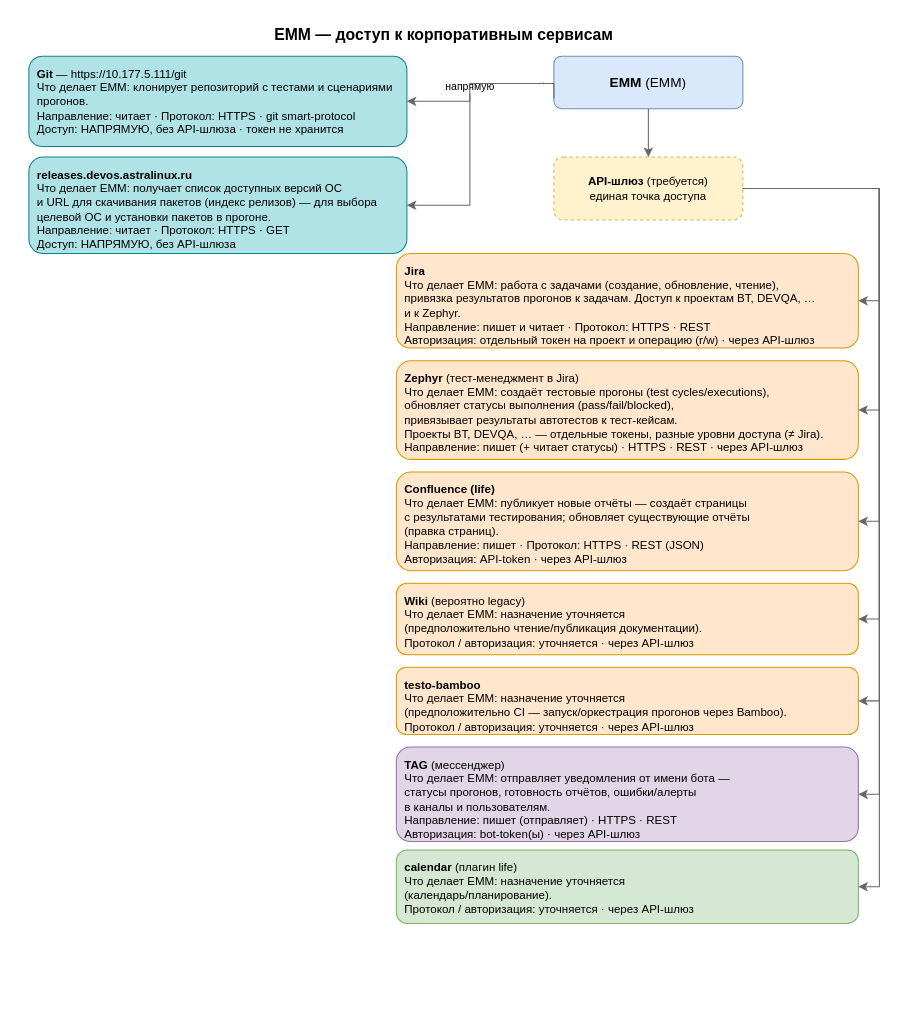
This is dbos_server_service/diagrams/external-integrations.drawio from N2OCaKeS/stress_test, a draw.io file, before an edit. Source tidied: cells renumbered, new cells numbered last; positions are measured from the earlier drawing's top-left corner, leaving out a move shared by most shapes. Both pictures are drawn from the tidied source at 105%, with x=0, y=0 at pixel (28, 18).
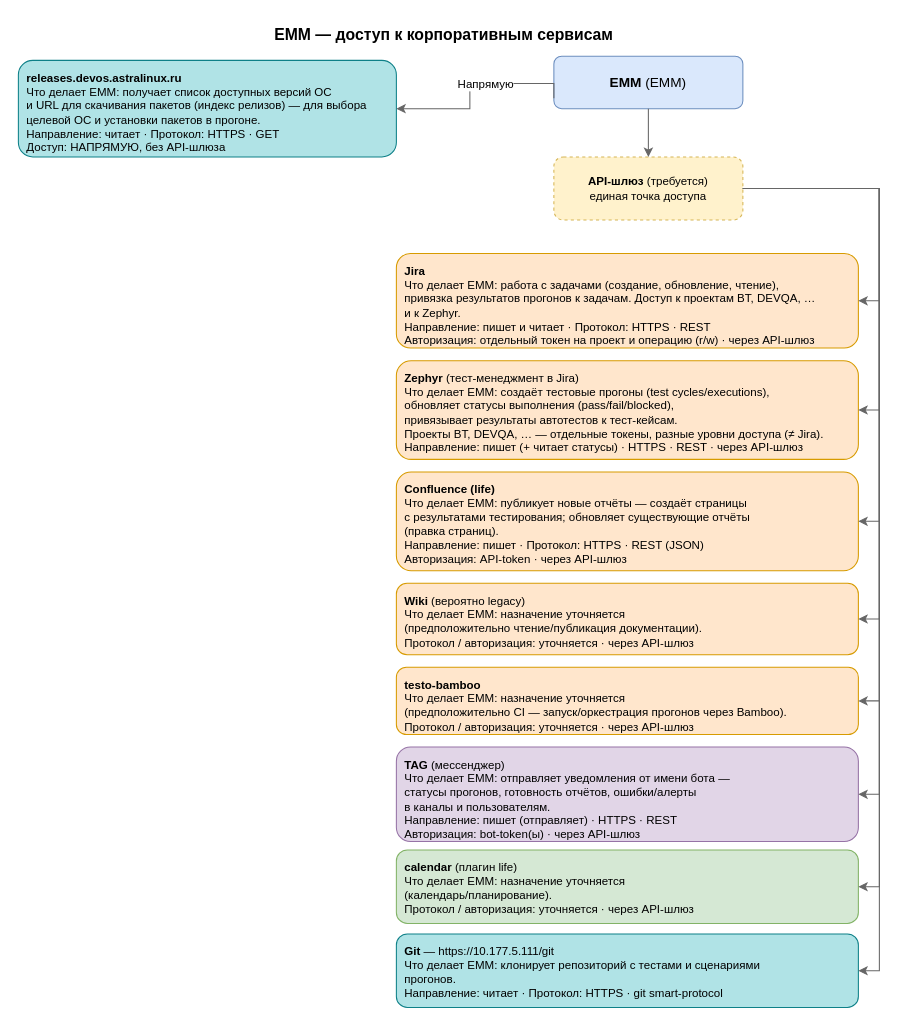
Above is the later version.

Commit message (it also covers changes not shown here):
add network-interactions diagram and ignore generated keystore secrets

The change refers to these unchanged cells:
```xml
<mxCell id="3" value="&lt;b&gt;EMM&lt;/b&gt; (EMM)" style="rounded=1;whiteSpace=wrap;html=1;fillColor=#dae8fc;strokeColor=#6c8ebf;fontSize=13;" parent="1" vertex="1">
  <mxGeometry x="500" y="36" width="180" height="50" as="geometry" />
</mxCell>
<mxCell id="4" value="&lt;b&gt;API-шлюз&lt;/b&gt; (требуется)&lt;br&gt;единая точка доступа" style="rounded=1;whiteSpace=wrap;html=1;fillColor=#fff2cc;strokeColor=#d6b656;dashed=1;fontSize=11;" parent="1" vertex="1">
  <mxGeometry x="500" y="132" width="180" height="60" as="geometry" />
</mxCell>
```

Change to the diagram source:
```diff
@@
-    <mxCell id="5" value="&lt;b&gt;Git&lt;/b&gt; — https://10.177.5.111/git&lt;br&gt;Что делает EMM: клонирует репозиторий с тестами и сценариями&lt;br&gt;прогонов.&lt;br&gt;Направление: читает · Протокол: HTTPS · git smart-protocol&lt;br&gt;Доступ: НАПРЯМУЮ, без API-шлюза · токен не хранится" style="rounded=1;whiteSpace=wrap;html=1;fillColor=#b0e3e6;strokeColor=#0e8088;align=left;verticalAlign=top;spacingLeft=6;spacingTop=4;fontSize=11;" parent="1" vertex="1">
-      <mxGeometry y="36" width="360" height="86" as="geometry" />
+    <mxCell id="5" value="&lt;b&gt;Git&lt;/b&gt; — https://10.177.5.111/git&lt;br&gt;Что делает EMM: клонирует репозиторий с тестами и сценариями&lt;br&gt;прогонов.&lt;br&gt;Направление: читает · Протокол: HTTPS · git smart-protocol" style="rounded=1;whiteSpace=wrap;html=1;fillColor=#b0e3e6;strokeColor=#0e8088;align=left;verticalAlign=top;spacingLeft=6;spacingTop=4;fontSize=11;" parent="1" vertex="1">
+      <mxGeometry x="350" y="872" width="440" height="70" as="geometry" />
     </mxCell>
     <mxCell id="6" value="&lt;b&gt;releases.devos.astralinux.ru&lt;/b&gt;&lt;br&gt;Что делает EMM: получает список доступных версий ОС&lt;br&gt;и URL для скачивания пакетов (индекс релизов) — для выбора&lt;br&gt;целевой ОС и установки пакетов в прогоне.&lt;br&gt;Направление: читает · Протокол: HTTPS · GET&lt;br&gt;Доступ: НАПРЯМУЮ, без API-шлюза" style="rounded=1;whiteSpace=wrap;html=1;fillColor=#b0e3e6;strokeColor=#0e8088;align=left;verticalAlign=top;spacingLeft=6;spacingTop=4;fontSize=11;" parent="1" vertex="1">
-      <mxGeometry y="132" width="360" height="92" as="geometry" />
+      <mxGeometry x="-10" y="40" width="360" height="92" as="geometry" />
     </mxCell>
@@
-    <mxCell id="15" value="напрямую" style="edgeStyle=orthogonalEdgeStyle;rounded=0;html=1;entryX=1;entryY=0.5;entryDx=0;entryDy=0;strokeColor=#666666;fontSize=10;" parent="1" edge="1" target="5">
+    <mxCell id="15" style="edgeStyle=orthogonalEdgeStyle;rounded=0;html=1;entryX=1;entryY=0.5;entryDx=0;entryDy=0;strokeColor=#666666;fontSize=10;exitX=1;exitY=0.5;exitDx=0;exitDy=0;" parent="1" edge="1" source="4" target="5">
       <mxGeometry relative="1" as="geometry">
-        <mxPoint x="490" y="61" as="sourcePoint" />
         <Array as="points">
-          <mxPoint x="490" y="62" />
-          <mxPoint x="420" y="62" />
-          <mxPoint x="420" y="79" />
+          <mxPoint x="810" y="162" />
+          <mxPoint x="810" y="907" />
         </Array>
       </mxGeometry>
     </mxCell>
     <mxCell id="16" style="edgeStyle=orthogonalEdgeStyle;rounded=0;html=1;exitX=0;exitY=0.8;exitDx=0;exitDy=0;entryX=1;entryY=0.5;entryDx=0;entryDy=0;strokeColor=#666666;" parent="1" edge="1" source="3" target="6">
       <mxGeometry relative="1" as="geometry">
         <Array as="points">
           <mxPoint x="500" y="62" />
           <mxPoint x="420" y="62" />
-          <mxPoint x="420" y="178" />
+          <mxPoint x="420" y="86" />
         </Array>
       </mxGeometry>
     </mxCell>
+    <mxCell id="24" value="Напрямую" style="edgeLabel;html=1;align=center;verticalAlign=middle;" parent="16" vertex="1">
+      <mxGeometry x="-0.15" relative="1" as="geometry" />
+    </mxCell>
```
